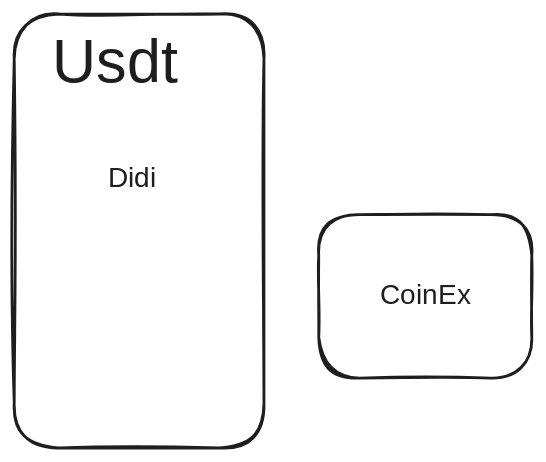
Before: Btc board.excalidraw.svg, a diagram exported from Excalidraw (bunkean/My-Noteshub). Source tidied: one line per element, renumbered; positions are measured from the earlier drawing's top-left corner, leaving out a move shared by most shapes.
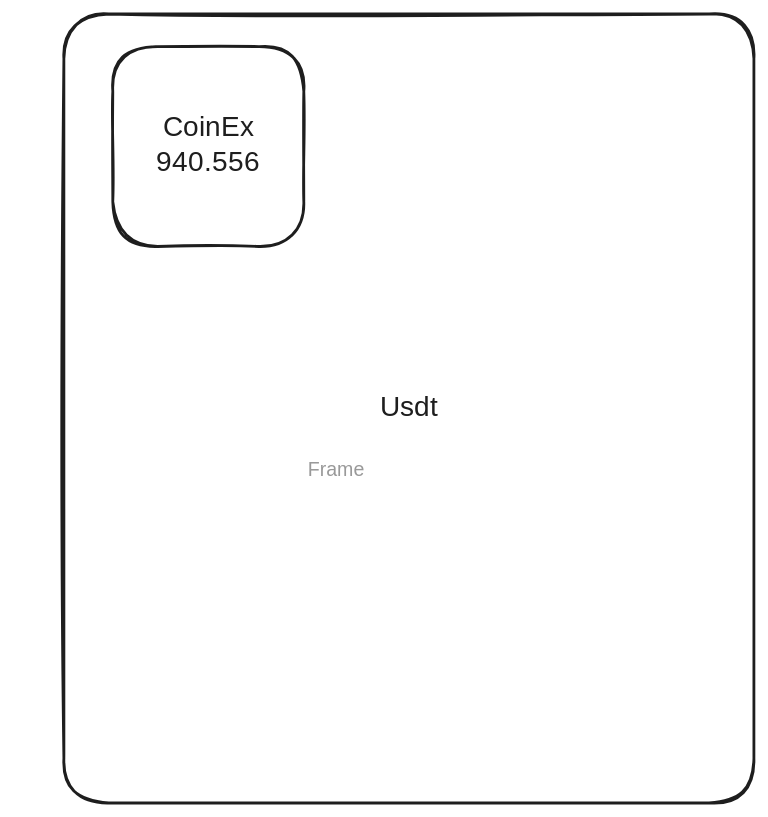
The same diagram one commit later.

What changed in the source:
```diff
@@ -1,5 +1,4 @@
-{"id": 0, "type": "rectangle", "strokeColor": "#1e1e1e", "strokeWidth": 2, "roughness": 1, "round": true, "x": 0, "y": 0, "width": 178, "height": 310}
+{"id": 0, "type": "rectangle", "strokeColor": "#1e1e1e", "strokeWidth": 2, "roughness": 1, "round": true, "x": 63, "y": -12, "width": 493, "height": 564}
-{"id": 1, "type": "text", "text": "Usdt", "strokeColor": "#1e1e1e", "strokeWidth": 2, "roughness": 1, "fontSize": 43.9, "fontFamily": 5, "x": 27, "y": 10, "width": 122, "height": 55}
+{"id": 1, "type": "text", "text": "Usdt", "strokeColor": "#1e1e1e", "strokeWidth": 2, "roughness": 1, "fontSize": 20, "fontFamily": 5, "textAlign": "center", "verticalAlign": "middle", "inside": 0, "x": 285, "y": 257, "width": 49, "height": 25}
-{"id": 2, "type": "rectangle", "strokeColor": "#1e1e1e", "strokeWidth": 2, "roughness": 1, "round": true, "x": 217, "y": 143, "width": 152, "height": 117}
+{"id": 2, "type": "rectangle", "strokeColor": "#1e1e1e", "strokeWidth": 2, "roughness": 1, "round": true, "x": 98, "y": 11, "width": 137, "height": 143}
-{"id": 3, "type": "text", "text": "CoinEx", "strokeColor": "#1e1e1e", "strokeWidth": 2, "roughness": 1, "fontSize": 20, "fontFamily": 5, "textAlign": "center", "verticalAlign": "middle", "inside": 2, "x": 261, "y": 189, "width": 66, "height": 25}
+{"id": 3, "type": "text", "text": "CoinEx\n940.556", "strokeColor": "#1e1e1e", "strokeWidth": 2, "roughness": 1, "fontSize": 20, "fontFamily": 5, "textAlign": "center", "verticalAlign": "middle", "inside": 2, "x": 126, "y": 58, "width": 80, "height": 50}
-{"id": 4, "type": "text", "text": "Didi", "strokeColor": "#1e1e1e", "strokeWidth": 2, "roughness": 1, "fontSize": 20, "fontFamily": 5, "x": 67, "y": 106, "width": 37, "height": 25}
```
